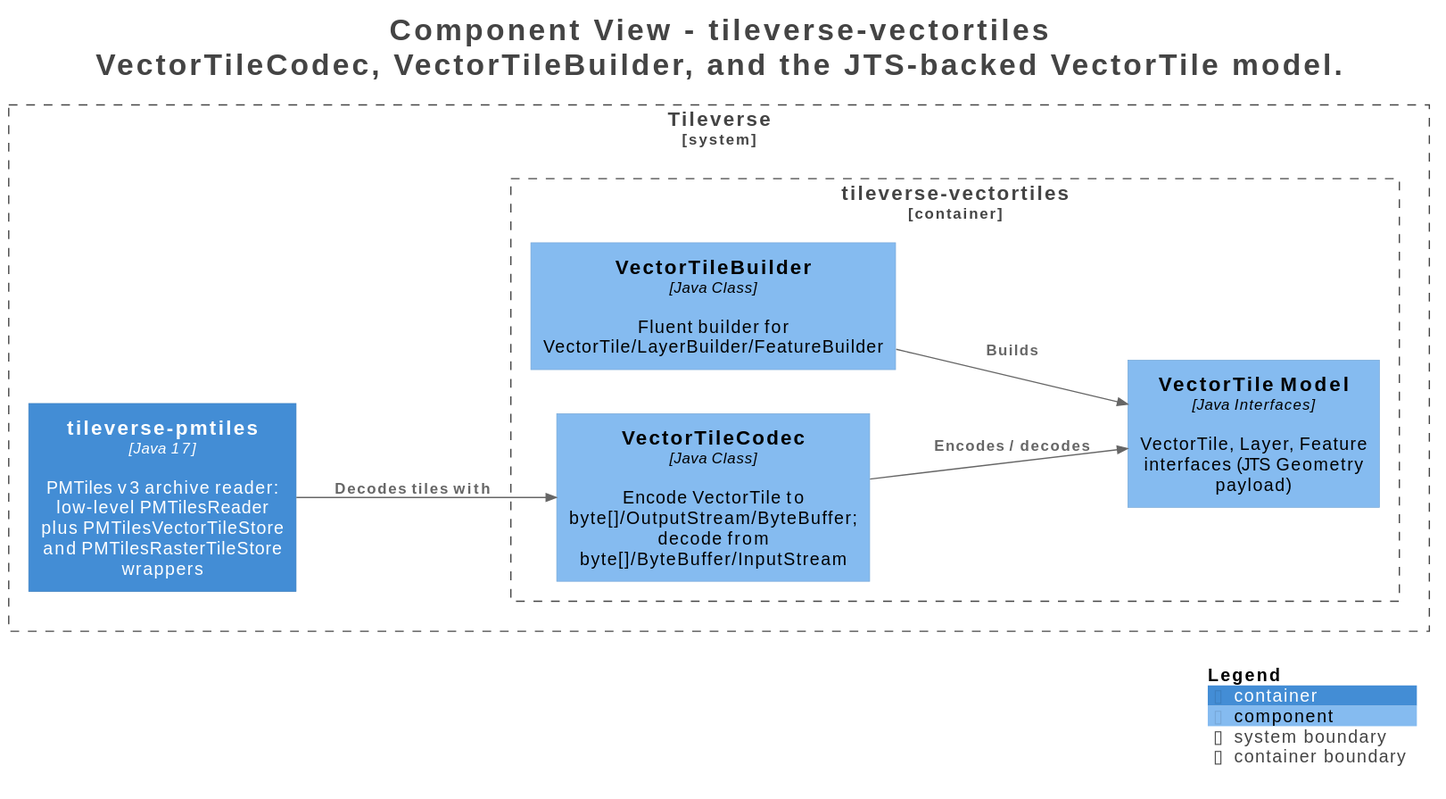
Above: assets/images/storage/structurizr-VectorTilesComponents.svg in tileverse-io/tileverse (PlantUML), before the change. Source of this version:
```plantuml
@startuml
title <size:24>Component View - tileverse-vectortiles</size>\n<size:24>VectorTileCodec, VectorTileBuilder, and the JTS-backed VectorTile model.</size>

set separator none
left to right direction

<style>
  root {
    BackgroundColor: #ffffff
    FontColor: #444444
  }
</style>

!include <C4/C4>
!include <C4/C4_Context>
!include <C4/C4_Container>
!include <C4/C4_Component>

System_Boundary("Tileverse_boundary", "Tileverse", $tags="") {
  Container_Boundary("Tileverse.tileversevectortiles_boundary", "tileverse-vectortiles", $tags="") {
    Component(Tileverse.tileversevectortiles.VectorTileCodec, "VectorTileCodec", $techn="Java Class", $descr="Encode VectorTile to byte[]/OutputStream/ByteBuffer; decode from byte[]/ByteBuffer/InputStream", $tags="", $link="")
    Component(Tileverse.tileversevectortiles.VectorTileBuilder, "VectorTileBuilder", $techn="Java Class", $descr="Fluent builder for VectorTile/LayerBuilder/FeatureBuilder", $tags="", $link="")
    Component(Tileverse.tileversevectortiles.VectorTileModel, "VectorTile Model", $techn="Java Interfaces", $descr="VectorTile, Layer, Feature interfaces (JTS Geometry payload)", $tags="", $link="")
  }

  Container(Tileverse.tileversepmtiles, "tileverse-pmtiles", $techn="Java 17", $descr="PMTiles v3 archive reader: low-level PMTilesReader plus PMTilesVectorTileStore and PMTilesRasterTileStore wrappers", $tags="", $link="")
}

Rel(Tileverse.tileversevectortiles.VectorTileBuilder, Tileverse.tileversevectortiles.VectorTileModel, "Builds", $techn="", $tags="", $link="")
Rel(Tileverse.tileversevectortiles.VectorTileCodec, Tileverse.tileversevectortiles.VectorTileModel, "Encodes / decodes", $techn="", $tags="", $link="")
Rel(Tileverse.tileversepmtiles, Tileverse.tileversevectortiles.VectorTileCodec, "Decodes tiles with", $techn="", $tags="", $link="")

SHOW_LEGEND(true)
hide stereotypes
@enduml
```
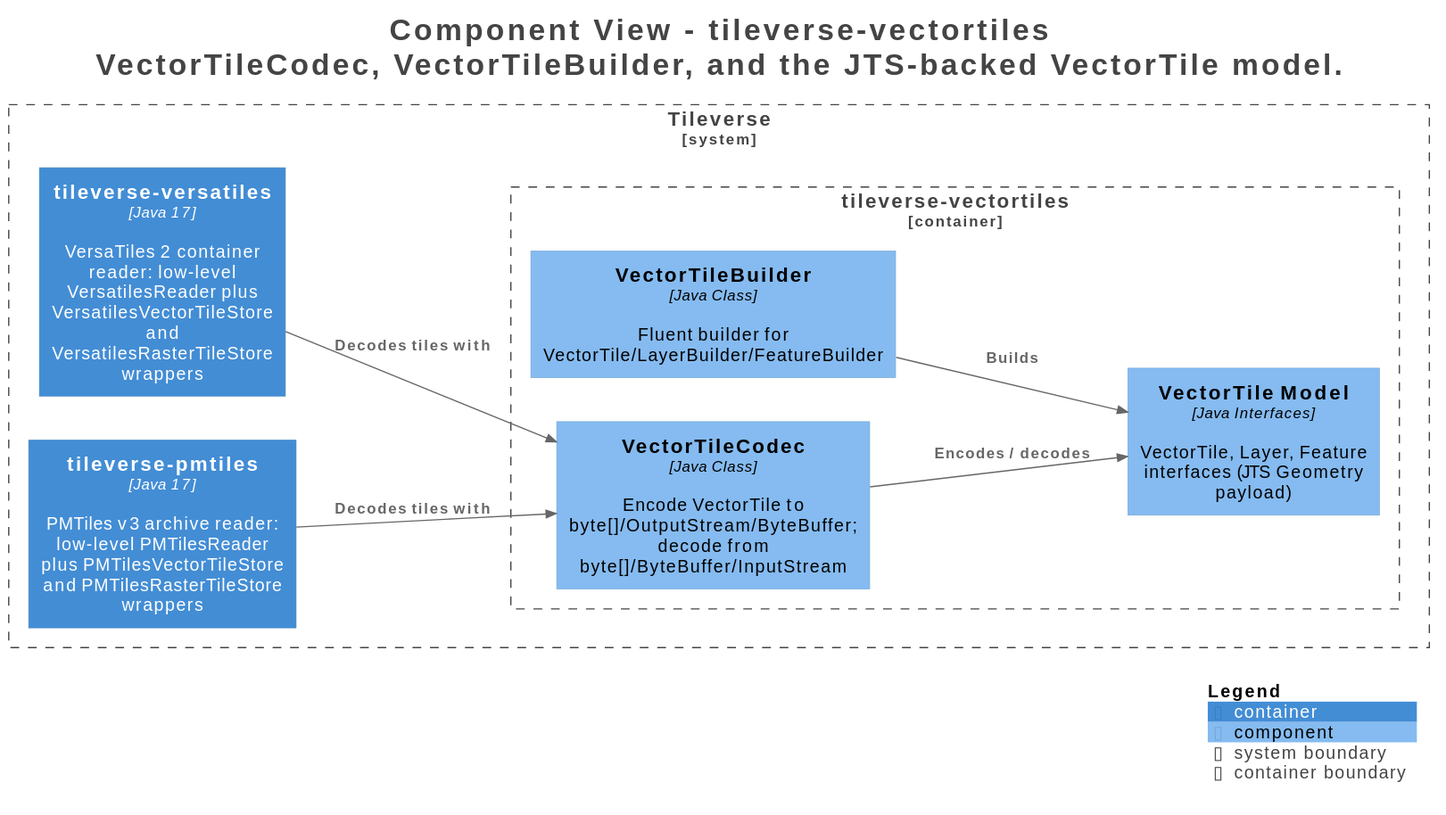
Above is the later version.

Change to the diagram source:
```diff
@@ -24,11 +24,13 @@
   }
 
   Container(Tileverse.tileversepmtiles, "tileverse-pmtiles", $techn="Java 17", $descr="PMTiles v3 archive reader: low-level PMTilesReader plus PMTilesVectorTileStore and PMTilesRasterTileStore wrappers", $tags="", $link="")
+  Container(Tileverse.tileverseversatiles, "tileverse-versatiles", $techn="Java 17", $descr="VersaTiles 2 container reader: low-level VersatilesReader plus VersatilesVectorTileStore and VersatilesRasterTileStore wrappers", $tags="", $link="")
 }
 
 Rel(Tileverse.tileversevectortiles.VectorTileBuilder, Tileverse.tileversevectortiles.VectorTileModel, "Builds", $techn="", $tags="", $link="")
 Rel(Tileverse.tileversevectortiles.VectorTileCodec, Tileverse.tileversevectortiles.VectorTileModel, "Encodes / decodes", $techn="", $tags="", $link="")
 Rel(Tileverse.tileversepmtiles, Tileverse.tileversevectortiles.VectorTileCodec, "Decodes tiles with", $techn="", $tags="", $link="")
+Rel(Tileverse.tileverseversatiles, Tileverse.tileversevectortiles.VectorTileCodec, "Decodes tiles with", $techn="", $tags="", $link="")
 
 SHOW_LEGEND(true)
 hide stereotypes
```
